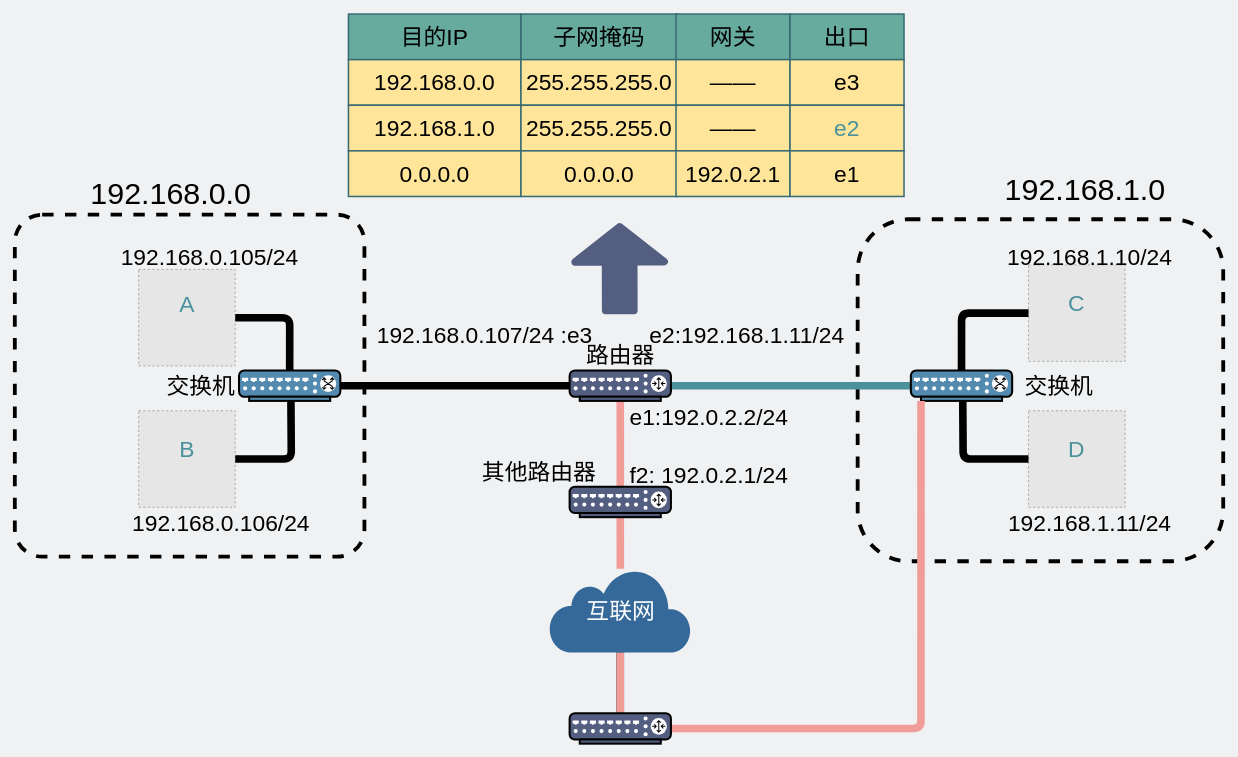
Before: network/路由表记录了最短的路径.drawio in xiaobaiTech/image, a draw.io diagram. Source tidied: cells renumbered, new cells numbered last; positions are measured from the earlier drawing's top-left corner, leaving out a move shared by most shapes. Both pictures are drawn from the tidied source at 76%, with x=0, y=0 at pixel (14, 14). Pictures stored in the file or linked from it are replaced by grey dashed boxes.
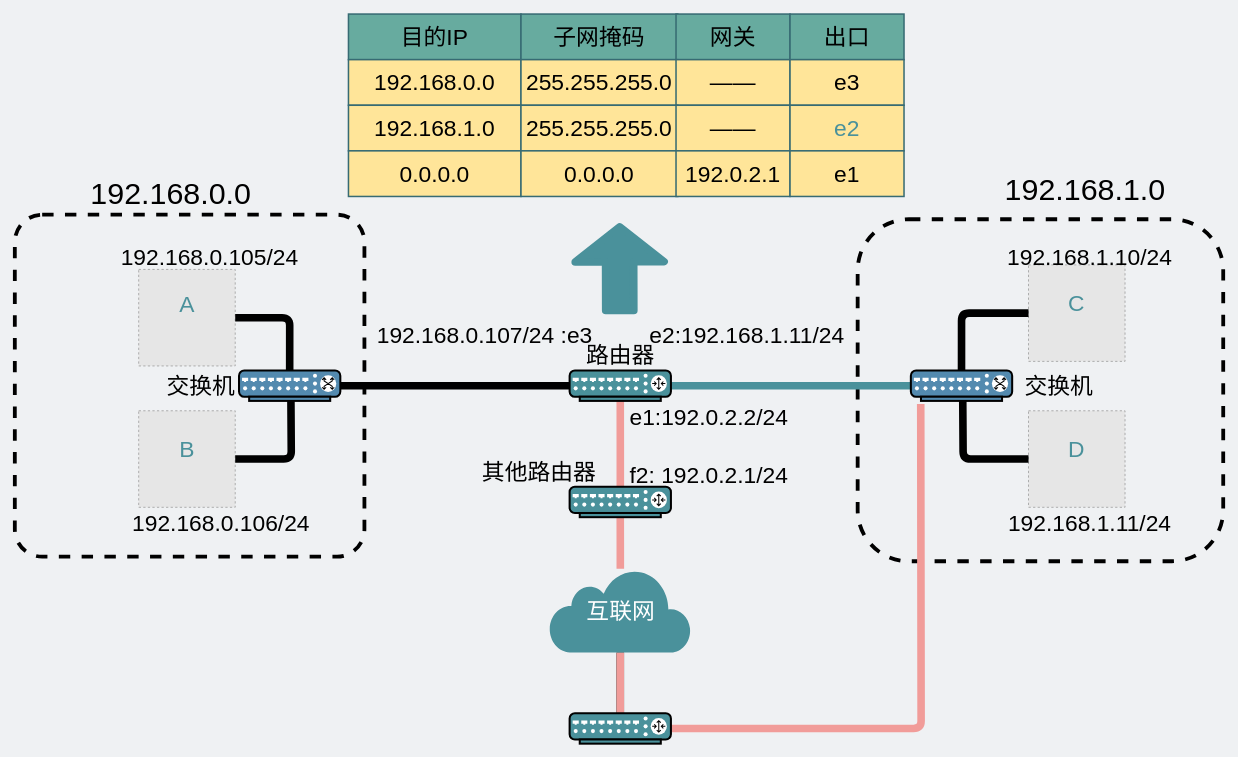
Above is the later version.

Commit message:
更新路由表记录了最短的路径.drawio

Unchanged cells that the change refers to:
```xml
<mxCell id="4" style="fillColor=#E6E6E6;strokeColor=#999999;dashed=1;verticalLabelPosition=bottom;verticalAlign=top;" parent="1" vertex="1">
  <mxGeometry x="1333.8" y="522" width="127" height="127" as="geometry" />
</mxCell>
<mxCell id="6" style="fillColor=#E6E6E6;strokeColor=#999999;dashed=1;verticalLabelPosition=bottom;verticalAlign=top;" parent="1" vertex="1">
  <mxGeometry x="163" y="522" width="127" height="127" as="geometry" />
</mxCell>
<mxCell id="29" style="fontColor=#0066CC;verticalAlign=top;verticalLabelPosition=bottom;labelPosition=center;align=center;html=1;outlineConnect=0;gradientColor=none;gradientDirection=north;strokeWidth=2;shape=mxgraph.networks.switch;fillColor=#538AAF;" parent="1" vertex="1">
  <mxGeometry x="295" y="469" width="133.3" height="40" as="geometry" />
</mxCell>
<mxCell id="36" style="fontColor=#0066CC;verticalAlign=top;verticalLabelPosition=bottom;labelPosition=center;align=center;html=1;outlineConnect=0;gradientColor=none;gradientDirection=north;strokeWidth=2;shape=mxgraph.networks.switch;fillColor=#538AAF;" parent="1" vertex="1">
  <mxGeometry x="1179" y="469" width="133.3" height="40" as="geometry" />
</mxCell>
```

Diff of the diagram source:
```diff
@@
-    <mxCell id="10" style="edgeStyle=orthogonalEdgeStyle;rounded=1;jettySize=auto;html=1;endArrow=none;endFill=0;strokeWidth=10;fontSize=30;" parent="1" edge="1" source="6">
-      <mxGeometry relative="1" as="geometry">
-        <mxPoint x="363.3" y="509" as="targetPoint" />
-      </mxGeometry>
-    </mxCell>
+    <mxCell id="60" style="edgeStyle=orthogonalEdgeStyle;rounded=1;jettySize=auto;html=1;endArrow=none;endFill=0;strokeWidth=10;fontSize=30;" parent="1" edge="1" source="6">
+      <mxGeometry relative="1" as="geometry">
+        <mxPoint x="363.3" y="509" as="targetPoint" />
+      </mxGeometry>
+    </mxCell>
@@
-    <mxCell id="25" style="edgeStyle=orthogonalEdgeStyle;rounded=0;jettySize=auto;html=1;exitX=1;exitY=0.5;exitDx=0;exitDy=0;exitPerimeter=0;endArrow=none;endFill=0;strokeWidth=10;strokeColor=#4A919B;" parent="1" edge="1" source="27" target="36">
-      <mxGeometry relative="1" as="geometry" />
-    </mxCell>
-    <mxCell id="26" style="edgeStyle=orthogonalEdgeStyle;rounded=0;jettySize=auto;html=1;exitX=0.5;exitY=1;exitDx=0;exitDy=0;exitPerimeter=0;endArrow=none;endFill=0;strokeWidth=10;fillColor=#5A6EAB;fontSize=30;strokeColor=#F19C99;" parent="1" edge="1" source="27" target="45">
-      <mxGeometry relative="1" as="geometry" />
-    </mxCell>
-    <mxCell id="27" style="fontColor=#0066CC;verticalAlign=top;verticalLabelPosition=bottom;labelPosition=center;align=center;html=1;outlineConnect=0;gradientColor=none;gradientDirection=north;strokeWidth=2;shape=mxgraph.networks.router;fillColor=#535E80;fontSize=30;" parent="1" vertex="1">
-      <mxGeometry x="730" y="469" width="133.3" height="40" as="geometry" />
-    </mxCell>
-    <mxCell id="28" style="edgeStyle=orthogonalEdgeStyle;rounded=0;jettySize=auto;html=1;exitX=1;exitY=0.5;exitDx=0;exitDy=0;exitPerimeter=0;endArrow=none;endFill=0;strokeWidth=10;" parent="1" edge="1" source="29" target="27">
-      <mxGeometry relative="1" as="geometry" />
-    </mxCell>
+    <mxCell id="61" style="edgeStyle=orthogonalEdgeStyle;rounded=0;jettySize=auto;html=1;exitX=1;exitY=0.5;exitDx=0;exitDy=0;exitPerimeter=0;endArrow=none;endFill=0;strokeWidth=10;strokeColor=#4A919B;" parent="1" edge="1" source="63" target="36">
+      <mxGeometry relative="1" as="geometry" />
+    </mxCell>
+    <mxCell id="62" style="edgeStyle=orthogonalEdgeStyle;rounded=0;jettySize=auto;html=1;exitX=0.5;exitY=1;exitDx=0;exitDy=0;exitPerimeter=0;endArrow=none;endFill=0;strokeWidth=10;fillColor=#5A6EAB;fontSize=30;strokeColor=#F19C99;" parent="1" edge="1" source="63" target="67">
+      <mxGeometry relative="1" as="geometry" />
+    </mxCell>
+    <mxCell id="63" style="fontColor=#0066CC;verticalAlign=top;verticalLabelPosition=bottom;labelPosition=center;align=center;html=1;outlineConnect=0;gradientColor=none;gradientDirection=north;strokeWidth=2;shape=mxgraph.networks.router;fillColor=#4A919B;fontSize=30;" parent="1" vertex="1">
+      <mxGeometry x="730" y="469" width="133.3" height="40" as="geometry" />
+    </mxCell>
+    <mxCell id="64" style="edgeStyle=orthogonalEdgeStyle;rounded=0;jettySize=auto;html=1;exitX=1;exitY=0.5;exitDx=0;exitDy=0;exitPerimeter=0;endArrow=none;endFill=0;strokeWidth=10;" parent="1" edge="1" source="29" target="63">
+      <mxGeometry relative="1" as="geometry" />
+    </mxCell>
@@
-    <mxCell id="33" style="edgeStyle=orthogonalEdgeStyle;rounded=1;jettySize=auto;html=1;endArrow=none;endFill=0;strokeWidth=10;fontSize=30;" parent="1" edge="1" source="4">
-      <mxGeometry relative="1" as="geometry">
-        <mxPoint x="1247.3" y="509" as="targetPoint" />
-      </mxGeometry>
-    </mxCell>
+    <mxCell id="65" style="edgeStyle=orthogonalEdgeStyle;rounded=1;jettySize=auto;html=1;endArrow=none;endFill=0;strokeWidth=10;fontSize=30;" parent="1" edge="1" source="4">
+      <mxGeometry relative="1" as="geometry">
+        <mxPoint x="1247.3" y="509" as="targetPoint" />
+      </mxGeometry>
+    </mxCell>
@@
-    <mxCell id="44" style="edgeStyle=orthogonalEdgeStyle;rounded=0;jettySize=auto;html=1;exitX=0.5;exitY=1;exitDx=0;exitDy=0;exitPerimeter=0;endArrow=none;endFill=0;strokeColor=#F19C99;strokeWidth=10;fillColor=#5A6EAB;" parent="1" edge="1" source="45" target="50">
-      <mxGeometry relative="1" as="geometry" />
-    </mxCell>
-    <mxCell id="45" style="fontColor=#0066CC;verticalAlign=top;verticalLabelPosition=bottom;labelPosition=center;align=center;html=1;outlineConnect=0;gradientColor=none;gradientDirection=north;strokeWidth=2;shape=mxgraph.networks.router;fillColor=#535E80;" parent="1" vertex="1">
-      <mxGeometry x="730" y="622" width="133.3" height="40" as="geometry" />
-    </mxCell>
+    <mxCell id="66" style="edgeStyle=orthogonalEdgeStyle;rounded=0;jettySize=auto;html=1;exitX=0.5;exitY=1;exitDx=0;exitDy=0;exitPerimeter=0;endArrow=none;endFill=0;strokeColor=#F19C99;strokeWidth=10;fillColor=#5A6EAB;" parent="1" edge="1" source="67" target="50">
+      <mxGeometry relative="1" as="geometry" />
+    </mxCell>
+    <mxCell id="67" style="fontColor=#0066CC;verticalAlign=top;verticalLabelPosition=bottom;labelPosition=center;align=center;html=1;outlineConnect=0;gradientColor=none;gradientDirection=north;strokeWidth=2;shape=mxgraph.networks.router;fillColor=#4A919B;" parent="1" vertex="1">
+      <mxGeometry x="730" y="622" width="133.3" height="40" as="geometry" />
+    </mxCell>
@@
-    <mxCell id="48" style="edgeStyle=orthogonalEdgeStyle;rounded=1;jettySize=auto;html=1;exitX=0.5;exitY=1;exitDx=0;exitDy=0;exitPerimeter=0;entryX=0.5;entryY=0;entryDx=0;entryDy=0;entryPerimeter=0;endArrow=none;endFill=0;strokeWidth=10;" parent="1" edge="1" source="50" target="59">
-      <mxGeometry relative="1" as="geometry" />
-    </mxCell>
-    <mxCell id="49" style="edgeStyle=orthogonalEdgeStyle;rounded=1;jettySize=auto;html=1;strokeColor=#F19C99;strokeWidth=10;fontColor=#4A919B;endArrow=none;endFill=0;" parent="1" edge="1" source="50" target="59">
-      <mxGeometry relative="1" as="geometry" />
-    </mxCell>
+    <mxCell id="68" style="edgeStyle=orthogonalEdgeStyle;rounded=1;jettySize=auto;html=1;exitX=0.5;exitY=1;exitDx=0;exitDy=0;exitPerimeter=0;entryX=0.5;entryY=0;entryDx=0;entryDy=0;entryPerimeter=0;endArrow=none;endFill=0;strokeWidth=10;" parent="1" edge="1" source="50" target="72">
+      <mxGeometry relative="1" as="geometry" />
+    </mxCell>
+    <mxCell id="69" style="edgeStyle=orthogonalEdgeStyle;rounded=1;jettySize=auto;html=1;strokeColor=#F19C99;strokeWidth=10;fontColor=#4A919B;endArrow=none;endFill=0;" parent="1" edge="1" source="50" target="72">
+      <mxGeometry relative="1" as="geometry" />
+    </mxCell>
-    <mxCell id="50" value="&lt;font style=&quot;font-size: 30px&quot;&gt;互联网&lt;/font&gt;" style="html=1;outlineConnect=0;gradientColor=none;gradientDirection=north;strokeWidth=2;shape=mxgraph.networks.cloud;fontColor=#ffffff;strokeColor=none;fillColor=#35699A;" parent="1" vertex="1">
+    <mxCell id="50" value="&lt;font style=&quot;font-size: 30px&quot;&gt;互联网&lt;/font&gt;" style="html=1;outlineConnect=0;gradientColor=none;gradientDirection=north;strokeWidth=2;shape=mxgraph.networks.cloud;fontColor=#ffffff;strokeColor=none;fillColor=#4A919B;" parent="1" vertex="1">
       <mxGeometry x="703.3" y="730" width="186.7" height="110" as="geometry" />
     </mxCell>
@@
-    <mxCell id="55" style="shape=flexArrow;endArrow=classic;html=1;strokeWidth=10;fillColor=#535E80;strokeColor=#535E80;endWidth=70;endSize=12;width=28;" parent="1" edge="1">
-      <mxGeometry relative="1" as="geometry">
-        <mxPoint x="796" y="395" as="sourcePoint" />
-        <mxPoint x="795.7" y="275" as="targetPoint" />
-      </mxGeometry>
-    </mxCell>
+    <mxCell id="70" style="shape=flexArrow;endArrow=classic;html=1;strokeWidth=10;fillColor=#4A919B;strokeColor=#4A919B;endWidth=70;endSize=12;width=28;" parent="1" edge="1">
+      <mxGeometry relative="1" as="geometry">
+        <mxPoint x="796" y="395" as="sourcePoint" />
+        <mxPoint x="795.7" y="275" as="targetPoint" />
+      </mxGeometry>
+    </mxCell>
@@
-    <mxCell id="58" style="edgeStyle=orthogonalEdgeStyle;rounded=1;jettySize=auto;html=1;exitX=1;exitY=0.5;exitDx=0;exitDy=0;exitPerimeter=0;entryX=0.1;entryY=1;entryDx=0;entryDy=0;entryPerimeter=0;strokeColor=#F19C99;strokeWidth=10;fontColor=#4A919B;endArrow=none;endFill=0;" parent="1" edge="1" source="59" target="36">
-      <mxGeometry relative="1" as="geometry" />
-    </mxCell>
-    <mxCell id="59" style="fontColor=#0066CC;verticalAlign=top;verticalLabelPosition=bottom;labelPosition=center;align=center;html=1;outlineConnect=0;gradientColor=none;gradientDirection=north;strokeWidth=2;shape=mxgraph.networks.router;fillColor=#535E80;" parent="1" vertex="1">
-      <mxGeometry x="730" y="920" width="133.3" height="40" as="geometry" />
-    </mxCell>
+    <mxCell id="71" style="edgeStyle=orthogonalEdgeStyle;rounded=1;jettySize=auto;html=1;exitX=1;exitY=0.5;exitDx=0;exitDy=0;exitPerimeter=0;strokeColor=#F19C99;strokeWidth=10;fontColor=#4A919B;endArrow=none;endFill=0;" parent="1" edge="1" source="72">
+      <mxGeometry relative="1" as="geometry">
+        <mxPoint x="1192" y="513" as="targetPoint" />
+      </mxGeometry>
+    </mxCell>
+    <mxCell id="72" style="fontColor=#0066CC;verticalAlign=top;verticalLabelPosition=bottom;labelPosition=center;align=center;html=1;outlineConnect=0;gradientColor=none;gradientDirection=north;strokeWidth=2;shape=mxgraph.networks.router;fillColor=#4A919B;" parent="1" vertex="1">
+      <mxGeometry x="730" y="920" width="133.3" height="40" as="geometry" />
+    </mxCell>
```
